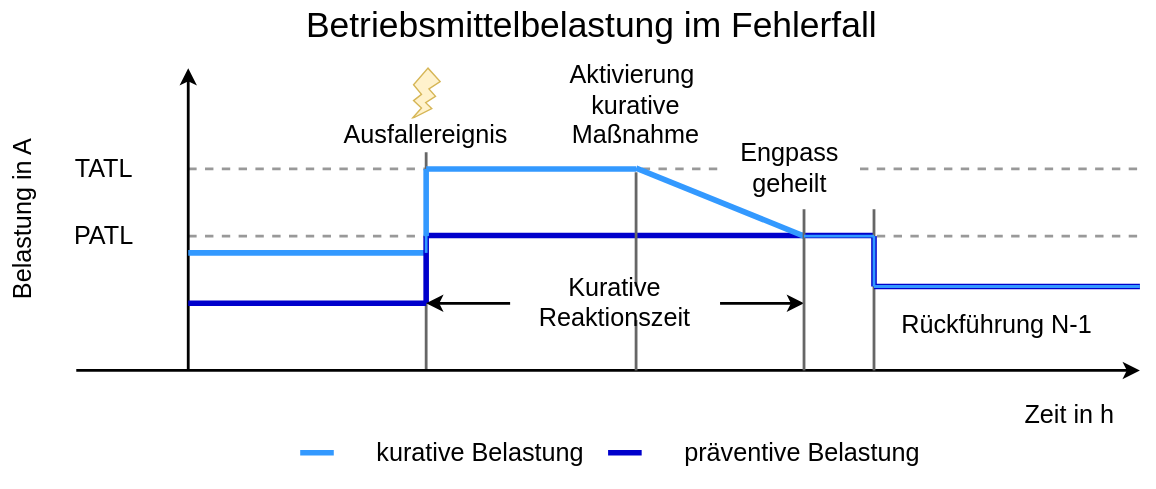
This is figures/chapter_2/preventiv_vs._curative_redispatch.svg from nikolaus0812/Masterarbeit-Ausgestaltung-eines-Marktmechanismus-fuer-kurative-Systemfuehrung-zur-Engpassbehebung, a draw.io export, as it was before one commit. Source tidied: cells renumbered, new cells last; positions are measured from the earlier drawing's top-left corner, leaving out a move shared by most shapes.
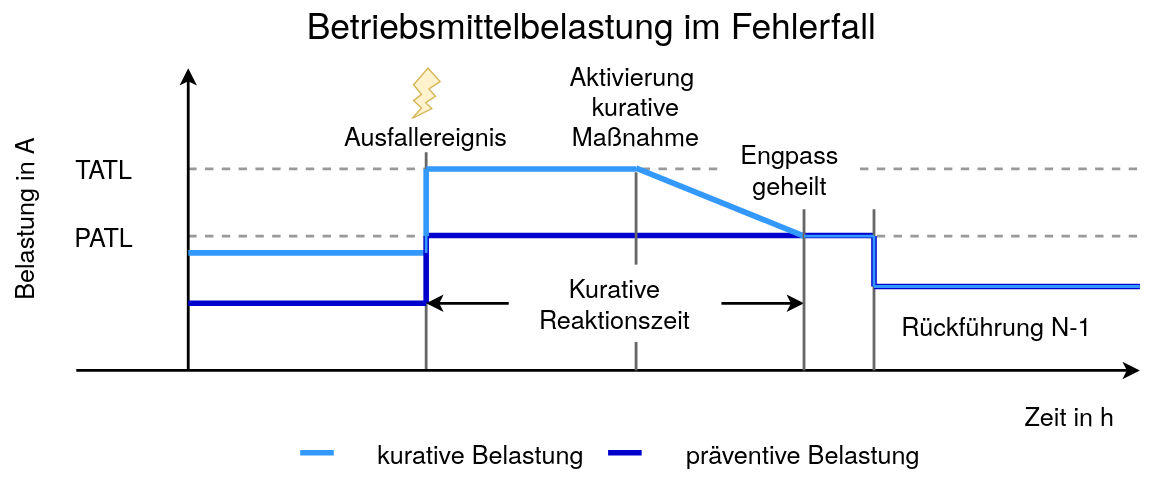
After the change.

Diff of the diagram source:
```diff
@@ -2,135 +2,135 @@
   <root>
     <mxCell id="0" />
     <mxCell id="1" parent="0" />
-    <mxCell id="2" style="fillColor=none;strokeColor=none;rounded=1;whiteSpace=wrap;html=1;fontFamily=Helvetica;" parent="1" vertex="1">
+    <mxCell id="2" style="fillColor=none;strokeColor=none;rounded=1;whiteSpace=wrap;html=1;fontFamily=TeX Gyre Heros;" parent="1" vertex="1">
       <mxGeometry x="273" y="297.6" width="480" height="50.4" as="geometry" />
     </mxCell>
-    <mxCell id="3" style="endArrow=none;rounded=0;dashed=1;strokeColor=#999999;shadow=0;strokeWidth=2;entryX=1;entryY=0.5;entryDx=0;entryDy=0;fontFamily=Helvetica;" parent="1" edge="1" target="36">
+    <mxCell id="3" style="endArrow=none;rounded=0;dashed=1;strokeColor=#999999;shadow=0;strokeWidth=2;entryX=1;entryY=0.5;entryDx=0;entryDy=0;fontFamily=TeX Gyre Heros;" parent="1" edge="1" target="36">
       <mxGeometry relative="1" as="geometry">
         <mxPoint x="208" y="120" as="sourcePoint" />
       </mxGeometry>
     </mxCell>
-    <mxCell id="4" style="endArrow=none;rounded=0;fillColor=#f8cecc;strokeColor=#666666;strokeWidth=2;fontFamily=Helvetica;" parent="1" edge="1" target="34">
+    <mxCell id="4" style="endArrow=none;rounded=0;fillColor=#f8cecc;strokeColor=#666666;strokeWidth=2;fontFamily=TeX Gyre Heros;" parent="1" edge="1" target="34">
       <mxGeometry relative="1" as="geometry">
         <mxPoint x="378" y="264" as="sourcePoint" />
       </mxGeometry>
     </mxCell>
-    <mxCell id="5" style="endArrow=none;rounded=0;fillColor=#f8cecc;strokeColor=#666666;strokeWidth=2;fontFamily=Helvetica;" parent="1" edge="1" source="34" target="27">
+    <mxCell id="5" style="endArrow=none;rounded=0;fillColor=#f8cecc;strokeColor=#666666;strokeWidth=2;fontFamily=TeX Gyre Heros;" parent="1" edge="1" source="34" target="27">
       <mxGeometry relative="1" as="geometry" />
     </mxCell>
-    <mxCell id="6" style="endArrow=none;rounded=0;dashed=1;strokeColor=#999999;shadow=0;strokeWidth=2;fontFamily=Helvetica;" parent="1" edge="1" source="36">
+    <mxCell id="6" style="endArrow=none;rounded=0;dashed=1;strokeColor=#999999;shadow=0;strokeWidth=2;fontFamily=TeX Gyre Heros;" parent="1" edge="1" source="36">
       <mxGeometry relative="1" as="geometry">
         <mxPoint x="888" y="120" as="targetPoint" />
       </mxGeometry>
     </mxCell>
-    <mxCell id="7" style="endArrow=none;rounded=0;dashed=1;strokeColor=#999999;shadow=0;strokeWidth=2;fontFamily=Helvetica;" parent="1" edge="1">
+    <mxCell id="7" style="endArrow=none;rounded=0;dashed=1;strokeColor=#999999;shadow=0;strokeWidth=2;fontFamily=TeX Gyre Heros;" parent="1" edge="1">
       <mxGeometry relative="1" as="geometry">
         <mxPoint x="208" y="168" as="sourcePoint" />
         <mxPoint x="888" y="168" as="targetPoint" />
       </mxGeometry>
     </mxCell>
-    <mxCell id="8" style="endArrow=classic;rounded=0;strokeWidth=2;fontFamily=Helvetica;" parent="1" edge="1">
+    <mxCell id="8" style="endArrow=classic;rounded=0;strokeWidth=2;fontFamily=TeX Gyre Heros;" parent="1" edge="1">
       <mxGeometry relative="1" as="geometry">
         <mxPoint x="208" y="264" as="sourcePoint" />
         <mxPoint x="208" y="48" as="targetPoint" />
       </mxGeometry>
     </mxCell>
-    <mxCell id="9" style="endArrow=classic;rounded=0;strokeWidth=2;fontFamily=Helvetica;" parent="1" edge="1">
+    <mxCell id="9" style="endArrow=classic;rounded=0;strokeWidth=2;fontFamily=TeX Gyre Heros;" parent="1" edge="1">
       <mxGeometry relative="1" as="geometry">
         <mxPoint x="128" y="264" as="sourcePoint" />
         <mxPoint x="888" y="264" as="targetPoint" />
       </mxGeometry>
     </mxCell>
-    <mxCell id="10" value="Zeit in h" style="text;whiteSpace=wrap;strokeColor=none;fillColor=none;align=center;verticalAlign=middle;rounded=0;rotation=0;fontStyle=0;fontSize=18;fontFamily=Helvetica;" parent="1" vertex="1">
+    <mxCell id="10" value="Zeit in h" style="text;whiteSpace=wrap;strokeColor=none;fillColor=none;align=center;verticalAlign=middle;rounded=0;rotation=0;fontStyle=0;fontSize=18;fontFamily=TeX Gyre Heros;" parent="1" vertex="1">
       <mxGeometry x="778" y="278.4" width="120" height="36" as="geometry" />
     </mxCell>
-    <mxCell id="11" value="Belastung in A" style="text;whiteSpace=wrap;strokeColor=none;fillColor=none;align=center;verticalAlign=middle;rounded=0;fontStyle=0;fontSize=18;fontFamily=Helvetica;rotation=-90;" parent="1" vertex="1">
+    <mxCell id="11" value="Belastung in A" style="text;whiteSpace=wrap;strokeColor=none;fillColor=none;align=center;verticalAlign=middle;rounded=0;fontStyle=0;fontSize=18;fontFamily=TeX Gyre Heros;rotation=-90;" parent="1" vertex="1">
       <mxGeometry y="139.2" width="180" height="33.6" as="geometry" />
     </mxCell>
-    <mxCell id="12" style="endArrow=none;rounded=0;fillColor=#f8cecc;strokeColor=#666666;strokeWidth=2;fontFamily=Helvetica;" parent="1" edge="1" source="27">
+    <mxCell id="12" style="endArrow=none;rounded=0;fillColor=#f8cecc;strokeColor=#666666;strokeWidth=2;fontFamily=TeX Gyre Heros;" parent="1" edge="1" source="27">
       <mxGeometry relative="1" as="geometry">
         <mxPoint x="378" y="48" as="targetPoint" />
       </mxGeometry>
     </mxCell>
-    <mxCell id="13" style="endArrow=none;rounded=0;fillColor=#6666FF;strokeColor=#0000CC;strokeWidth=4;fontFamily=Helvetica;" parent="1" edge="1">
+    <mxCell id="13" style="endArrow=none;rounded=0;fillColor=#6666FF;strokeColor=#0000CC;strokeWidth=4;fontFamily=TeX Gyre Heros;" parent="1" edge="1">
       <mxGeometry relative="1" as="geometry">
         <mxPoint x="208" y="216" as="sourcePoint" />
         <mxPoint x="378" y="216" as="targetPoint" />
       </mxGeometry>
     </mxCell>
-    <mxCell id="14" style="endArrow=none;rounded=0;fillColor=#6666FF;strokeColor=#0000CC;strokeWidth=4;fontFamily=Helvetica;" parent="1" edge="1">
+    <mxCell id="14" style="endArrow=none;rounded=0;fillColor=#6666FF;strokeColor=#0000CC;strokeWidth=4;fontFamily=TeX Gyre Heros;" parent="1" edge="1">
       <mxGeometry relative="1" as="geometry">
         <mxPoint x="378" y="167.5" as="sourcePoint" />
         <mxPoint x="698" y="167.5" as="targetPoint" />
       </mxGeometry>
     </mxCell>
-    <mxCell id="15" style="endArrow=none;rounded=0;fillColor=#f8cecc;strokeColor=#666666;strokeWidth=2;fontFamily=Helvetica;" parent="1" edge="1">
+    <mxCell id="15" style="endArrow=none;rounded=0;fillColor=#f8cecc;strokeColor=#666666;strokeWidth=2;fontFamily=TeX Gyre Heros;" parent="1" edge="1">
       <mxGeometry relative="1" as="geometry">
         <mxPoint x="698" y="264" as="sourcePoint" />
         <mxPoint x="698" y="148.8" as="targetPoint" />
       </mxGeometry>
     </mxCell>
-    <mxCell id="16" style="endArrow=none;rounded=0;fillColor=#6666FF;strokeColor=#3399FF;strokeWidth=4;fontFamily=Helvetica;" parent="1" edge="1">
+    <mxCell id="16" style="endArrow=none;rounded=0;fillColor=#6666FF;strokeColor=#3399FF;strokeWidth=4;fontFamily=TeX Gyre Heros;" parent="1" edge="1">
       <mxGeometry relative="1" as="geometry">
         <mxPoint x="208" y="180" as="sourcePoint" />
         <mxPoint x="378" y="180" as="targetPoint" />
       </mxGeometry>
     </mxCell>
-    <mxCell id="17" style="endArrow=none;rounded=0;fillColor=#6666FF;strokeColor=#3399FF;strokeWidth=4;fontFamily=Helvetica;" parent="1" edge="1">
+    <mxCell id="17" style="endArrow=none;rounded=0;fillColor=#6666FF;strokeColor=#3399FF;strokeWidth=4;fontFamily=TeX Gyre Heros;" parent="1" edge="1">
       <mxGeometry relative="1" as="geometry">
         <mxPoint x="378" y="120" as="sourcePoint" />
         <mxPoint x="528" y="120" as="targetPoint" />
       </mxGeometry>
     </mxCell>
-    <mxCell id="18" style="endArrow=none;rounded=0;fillColor=#6666FF;strokeColor=#0000CC;strokeWidth=4;fontFamily=Helvetica;" parent="1" edge="1">
+    <mxCell id="18" style="endArrow=none;rounded=0;fillColor=#6666FF;strokeColor=#0000CC;strokeWidth=4;fontFamily=TeX Gyre Heros;" parent="1" edge="1">
       <mxGeometry relative="1" as="geometry">
         <mxPoint x="698" y="204" as="sourcePoint" />
         <mxPoint x="888" y="204" as="targetPoint" />
       </mxGeometry>
     </mxCell>
-    <mxCell id="19" value="TATL" style="text;whiteSpace=wrap;strokeColor=none;fillColor=none;align=center;verticalAlign=middle;rounded=0;fontStyle=0;fontSize=18;fontFamily=Helvetica;" parent="1" vertex="1">
+    <mxCell id="19" value="TATL" style="text;whiteSpace=wrap;strokeColor=none;fillColor=none;align=center;verticalAlign=middle;rounded=0;fontStyle=0;fontSize=18;fontFamily=TeX Gyre Heros;" parent="1" vertex="1">
       <mxGeometry x="106" y="96" width="84" height="48" as="geometry" />
     </mxCell>
-    <mxCell id="20" value="PATL" style="text;whiteSpace=wrap;strokeColor=none;fillColor=none;align=center;verticalAlign=middle;rounded=0;fontStyle=0;fontSize=18;fontFamily=Helvetica;" parent="1" vertex="1">
+    <mxCell id="20" value="PATL" style="text;whiteSpace=wrap;strokeColor=none;fillColor=none;align=center;verticalAlign=middle;rounded=0;fontStyle=0;fontSize=18;fontFamily=TeX Gyre Heros;" parent="1" vertex="1">
       <mxGeometry x="106" y="144" width="84" height="48" as="geometry" />
     </mxCell>
-    <mxCell id="21" style="endArrow=none;rounded=0;fillColor=#f8cecc;strokeColor=#666666;strokeWidth=2;fontFamily=Helvetica;" parent="1" edge="1">
+    <mxCell id="21" style="endArrow=none;rounded=0;fillColor=#f8cecc;strokeColor=#666666;strokeWidth=2;fontFamily=TeX Gyre Heros;" parent="1" edge="1">
       <mxGeometry relative="1" as="geometry">
         <mxPoint x="528" y="264" as="sourcePoint" />
         <mxPoint x="528" y="122.4" as="targetPoint" />
       </mxGeometry>
     </mxCell>
-    <mxCell id="22" value="Aktivierung  kurative Maßnahme" style="text;whiteSpace=wrap;strokeColor=none;fillColor=default;align=center;verticalAlign=middle;rounded=0;fontStyle=0;fontSize=18;fontFamily=Helvetica;" parent="1" vertex="1">
+    <mxCell id="22" value="Aktivierung  kurative Maßnahme" style="text;whiteSpace=wrap;strokeColor=none;fillColor=default;align=center;verticalAlign=middle;rounded=0;fontStyle=0;fontSize=18;fontFamily=TeX Gyre Heros;" parent="1" vertex="1">
       <mxGeometry x="448" y="48" width="160" height="54" as="geometry" />
     </mxCell>
-    <mxCell id="23" style="endArrow=none;rounded=0;fillColor=#6666FF;strokeColor=#3399FF;strokeWidth=4;fontFamily=Helvetica;" parent="1" edge="1">
+    <mxCell id="23" style="endArrow=none;rounded=0;fillColor=#6666FF;strokeColor=#3399FF;strokeWidth=4;fontFamily=TeX Gyre Heros;" parent="1" edge="1">
       <mxGeometry relative="1" as="geometry">
         <mxPoint x="528" y="119.4" as="sourcePoint" />
         <mxPoint x="648" y="168" as="targetPoint" />
       </mxGeometry>
     </mxCell>
-    <mxCell id="24" style="endArrow=none;rounded=0;fillColor=#6666FF;strokeColor=#0000CC;strokeWidth=4;fontFamily=Helvetica;" parent="1" edge="1">
+    <mxCell id="24" style="endArrow=none;rounded=0;fillColor=#6666FF;strokeColor=#0000CC;strokeWidth=4;fontFamily=TeX Gyre Heros;" parent="1" edge="1">
       <mxGeometry relative="1" as="geometry">
         <mxPoint x="378" y="216" as="sourcePoint" />
         <mxPoint x="378" y="168" as="targetPoint" />
       </mxGeometry>
     </mxCell>
-    <mxCell id="25" style="endArrow=none;rounded=0;fillColor=#6666FF;strokeColor=#3399FF;strokeWidth=4;fontFamily=Helvetica;" parent="1" edge="1">
+    <mxCell id="25" style="endArrow=none;rounded=0;fillColor=#6666FF;strokeColor=#3399FF;strokeWidth=4;fontFamily=TeX Gyre Heros;" parent="1" edge="1">
       <mxGeometry relative="1" as="geometry">
         <mxPoint x="378" y="168" as="sourcePoint" />
         <mxPoint x="378" y="120" as="targetPoint" />
       </mxGeometry>
     </mxCell>
-    <mxCell id="26" style="endArrow=none;rounded=0;fillColor=#6666FF;strokeColor=#0000CC;strokeWidth=4;fontFamily=Helvetica;" parent="1" edge="1">
+    <mxCell id="26" style="endArrow=none;rounded=0;fillColor=#6666FF;strokeColor=#0000CC;strokeWidth=4;fontFamily=TeX Gyre Heros;" parent="1" edge="1">
       <mxGeometry relative="1" as="geometry">
         <mxPoint x="698" y="168" as="sourcePoint" />
         <mxPoint x="698" y="204" as="targetPoint" />
       </mxGeometry>
     </mxCell>
-    <mxCell id="27" style="verticalLabelPosition=bottom;verticalAlign=top;html=1;shape=mxgraph.basic.flash;fillColor=#fff2cc;strokeColor=#d6b656;fontFamily=Helvetica;" parent="1" vertex="1">
+    <mxCell id="27" style="verticalLabelPosition=bottom;verticalAlign=top;html=1;shape=mxgraph.basic.flash;fillColor=#fff2cc;strokeColor=#d6b656;fontFamily=TeX Gyre Heros;" parent="1" vertex="1">
       <mxGeometry x="368" y="48" width="20" height="36" as="geometry" />
     </mxCell>
-    <mxCell id="28" style="endArrow=none;rounded=0;fillColor=#6666FF;strokeColor=#3399FF;strokeWidth=4;fontFamily=Helvetica;" parent="1" edge="1">
+    <mxCell id="28" style="endArrow=none;rounded=0;fillColor=#6666FF;strokeColor=#3399FF;strokeWidth=4;fontFamily=TeX Gyre Heros;" parent="1" edge="1">
       <mxGeometry relative="1" as="geometry">
         <mxPoint x="288" y="322.8" as="sourcePoint" />
         <mxPoint x="312" y="322.8" as="targetPoint" />
@@ -139,67 +139,67 @@
         </Array>
       </mxGeometry>
     </mxCell>
-    <mxCell id="29" style="endArrow=none;rounded=0;fillColor=#6666FF;strokeColor=#0000CC;strokeWidth=4;fontFamily=Helvetica;" parent="1" edge="1">
+    <mxCell id="29" style="endArrow=none;rounded=0;fillColor=#6666FF;strokeColor=#0000CC;strokeWidth=4;fontFamily=TeX Gyre Heros;" parent="1" edge="1">
       <mxGeometry relative="1" as="geometry">
         <mxPoint x="508" y="322.8" as="sourcePoint" />
         <mxPoint x="532" y="322.8" as="targetPoint" />
       </mxGeometry>
     </mxCell>
-    <mxCell id="30" value="kurative Belastung " style="text;whiteSpace=wrap;strokeColor=none;fillColor=none;align=right;verticalAlign=middle;rounded=0;fontStyle=0;fontSize=18;fontFamily=Helvetica;" parent="1" vertex="1">
+    <mxCell id="30" value="kurative Belastung " style="text;whiteSpace=wrap;strokeColor=none;fillColor=none;align=right;verticalAlign=middle;rounded=0;fontStyle=0;fontSize=18;fontFamily=TeX Gyre Heros;" parent="1" vertex="1">
       <mxGeometry x="318" y="297.6" width="180" height="50.4" as="geometry" />
     </mxCell>
-    <mxCell id="31" value="präventive Belastung " style="text;whiteSpace=wrap;strokeColor=none;fillColor=none;align=right;verticalAlign=middle;rounded=0;fontStyle=0;fontSize=18;fontFamily=Helvetica;" parent="1" vertex="1">
+    <mxCell id="31" value="präventive Belastung " style="text;whiteSpace=wrap;strokeColor=none;fillColor=none;align=right;verticalAlign=middle;rounded=0;fontStyle=0;fontSize=18;fontFamily=TeX Gyre Heros;" parent="1" vertex="1">
       <mxGeometry x="538" y="297.6" width="200" height="50.4" as="geometry" />
     </mxCell>
-    <mxCell id="32" style="endArrow=classic;startArrow=classic;html=1;rounded=0;strokeWidth=2;fontFamily=Helvetica;" parent="1" edge="1">
+    <mxCell id="32" style="endArrow=classic;startArrow=classic;html=1;rounded=0;strokeWidth=2;fontFamily=TeX Gyre Heros;" parent="1" edge="1">
       <mxGeometry relative="1" as="geometry">
         <mxPoint x="378" y="216" as="sourcePoint" />
         <mxPoint x="648" y="216" as="targetPoint" />
       </mxGeometry>
     </mxCell>
-    <mxCell id="33" style="endArrow=none;rounded=0;fillColor=#f8cecc;strokeColor=#666666;strokeWidth=2;fontFamily=Helvetica;" parent="1" edge="1">
+    <mxCell id="33" style="endArrow=none;rounded=0;fillColor=#f8cecc;strokeColor=#666666;strokeWidth=2;fontFamily=TeX Gyre Heros;" parent="1" edge="1">
       <mxGeometry relative="1" as="geometry">
         <mxPoint x="648" y="264" as="sourcePoint" />
         <mxPoint x="648" y="148.8" as="targetPoint" />
       </mxGeometry>
     </mxCell>
-    <mxCell id="34" value="Ausfallereignis" style="text;whiteSpace=wrap;strokeColor=none;fillColor=default;align=center;verticalAlign=middle;rounded=0;fontStyle=0;fontSize=18;fontFamily=Helvetica;" parent="1" vertex="1">
+    <mxCell id="34" value="Ausfallereignis" style="text;whiteSpace=wrap;strokeColor=none;fillColor=default;align=center;verticalAlign=middle;rounded=0;fontStyle=0;fontSize=18;fontFamily=TeX Gyre Heros;" parent="1" vertex="1">
       <mxGeometry x="328" y="84" width="100" height="24" as="geometry" />
     </mxCell>
-    <mxCell id="35" value="Rückführung N-1" style="text;whiteSpace=wrap;strokeColor=none;fillColor=default;align=center;verticalAlign=middle;rounded=0;fontStyle=0;fontSize=18;fontFamily=Helvetica;" parent="1" vertex="1">
+    <mxCell id="35" value="Rückführung N-1" style="text;whiteSpace=wrap;strokeColor=none;fillColor=default;align=center;verticalAlign=middle;rounded=0;fontStyle=0;fontSize=18;fontFamily=TeX Gyre Heros;" parent="1" vertex="1">
       <mxGeometry x="716" y="213.6" width="140" height="36" as="geometry" />
     </mxCell>
-    <mxCell id="36" value="Engpass geheilt" style="text;whiteSpace=wrap;strokeColor=none;fillColor=default;align=center;verticalAlign=middle;rounded=0;fontStyle=0;fontSize=18;fontFamily=Helvetica;" parent="1" vertex="1">
+    <mxCell id="36" value="Engpass geheilt" style="text;whiteSpace=wrap;strokeColor=none;fillColor=default;align=center;verticalAlign=middle;rounded=0;fontStyle=0;fontSize=18;fontFamily=TeX Gyre Heros;" parent="1" vertex="1">
       <mxGeometry x="588" y="102" width="100" height="36" as="geometry" />
     </mxCell>
-    <mxCell id="37" style="endArrow=none;rounded=0;fillColor=#6666FF;strokeColor=#3399FF;strokeWidth=2;fontFamily=Helvetica;" parent="1" edge="1">
+    <mxCell id="37" style="endArrow=none;rounded=0;fillColor=#6666FF;strokeColor=#3399FF;strokeWidth=2;fontFamily=TeX Gyre Heros;" parent="1" edge="1">
       <mxGeometry relative="1" as="geometry">
         <mxPoint x="648" y="168" as="sourcePoint" />
         <mxPoint x="698" y="168" as="targetPoint" />
       </mxGeometry>
     </mxCell>
-    <mxCell id="38" style="endArrow=none;rounded=0;fillColor=#6666FF;strokeColor=#3399FF;strokeWidth=2;fontFamily=Helvetica;" parent="1" edge="1">
+    <mxCell id="38" style="endArrow=none;rounded=0;fillColor=#6666FF;strokeColor=#3399FF;strokeWidth=2;fontFamily=TeX Gyre Heros;" parent="1" edge="1">
       <mxGeometry relative="1" as="geometry">
         <mxPoint x="698" y="168" as="sourcePoint" />
         <mxPoint x="698" y="204" as="targetPoint" />
       </mxGeometry>
     </mxCell>
-    <mxCell id="39" style="endArrow=none;rounded=0;fillColor=#6666FF;strokeColor=#3399FF;strokeWidth=2;fontFamily=Helvetica;" parent="1" edge="1">
+    <mxCell id="39" style="endArrow=none;rounded=0;fillColor=#6666FF;strokeColor=#3399FF;strokeWidth=2;fontFamily=TeX Gyre Heros;" parent="1" edge="1">
       <mxGeometry relative="1" as="geometry">
         <mxPoint x="698" y="204" as="sourcePoint" />
         <mxPoint x="888" y="204" as="targetPoint" />
       </mxGeometry>
     </mxCell>
-    <mxCell id="40" value="Kurative Reaktionszeit" style="text;whiteSpace=wrap;strokeColor=none;fillColor=#FFFFFF;align=center;verticalAlign=middle;rounded=0;fontStyle=0;fontSize=18;fontFamily=Helvetica;" parent="1" vertex="1">
-      <mxGeometry x="438" y="204" width="150" height="24" as="geometry" />
+    <mxCell id="40" value="Kurative Reaktionszeit" style="text;whiteSpace=wrap;strokeColor=none;fillColor=#FFFFFF;align=center;verticalAlign=middle;rounded=0;fontStyle=0;fontSize=18;fontFamily=TeX Gyre Heros;" parent="1" vertex="1">
+      <mxGeometry x="437" y="188.4" width="152" height="55.2" as="geometry" />
     </mxCell>
-    <mxCell id="41" style="endArrow=none;rounded=0;fillColor=#6666FF;strokeColor=#3399FF;strokeWidth=2;fontFamily=Helvetica;" parent="1" edge="1">
+    <mxCell id="41" style="endArrow=none;rounded=0;fillColor=#6666FF;strokeColor=#3399FF;strokeWidth=2;fontFamily=TeX Gyre Heros;" parent="1" edge="1">
       <mxGeometry relative="1" as="geometry">
         <mxPoint x="378" y="180" as="sourcePoint" />
         <mxPoint x="378" y="156" as="targetPoint" />
       </mxGeometry>
     </mxCell>
-    <mxCell id="42" value="Betriebsmittelbelastung im Fehlerfall" style="text;html=1;align=center;verticalAlign=middle;fontFamily=Helvetica;fontSize=25.3;fontStyle=0;" parent="1" vertex="1">
+    <mxCell id="42" value="Betriebsmittelbelastung im Fehlerfall" style="text;html=1;align=center;verticalAlign=middle;fontFamily=TeX Gyre Heros;fontSize=25.3;fontStyle=0;" parent="1" vertex="1">
       <mxGeometry x="96" width="800" height="34" as="geometry" />
     </mxCell>
   </root>
```
